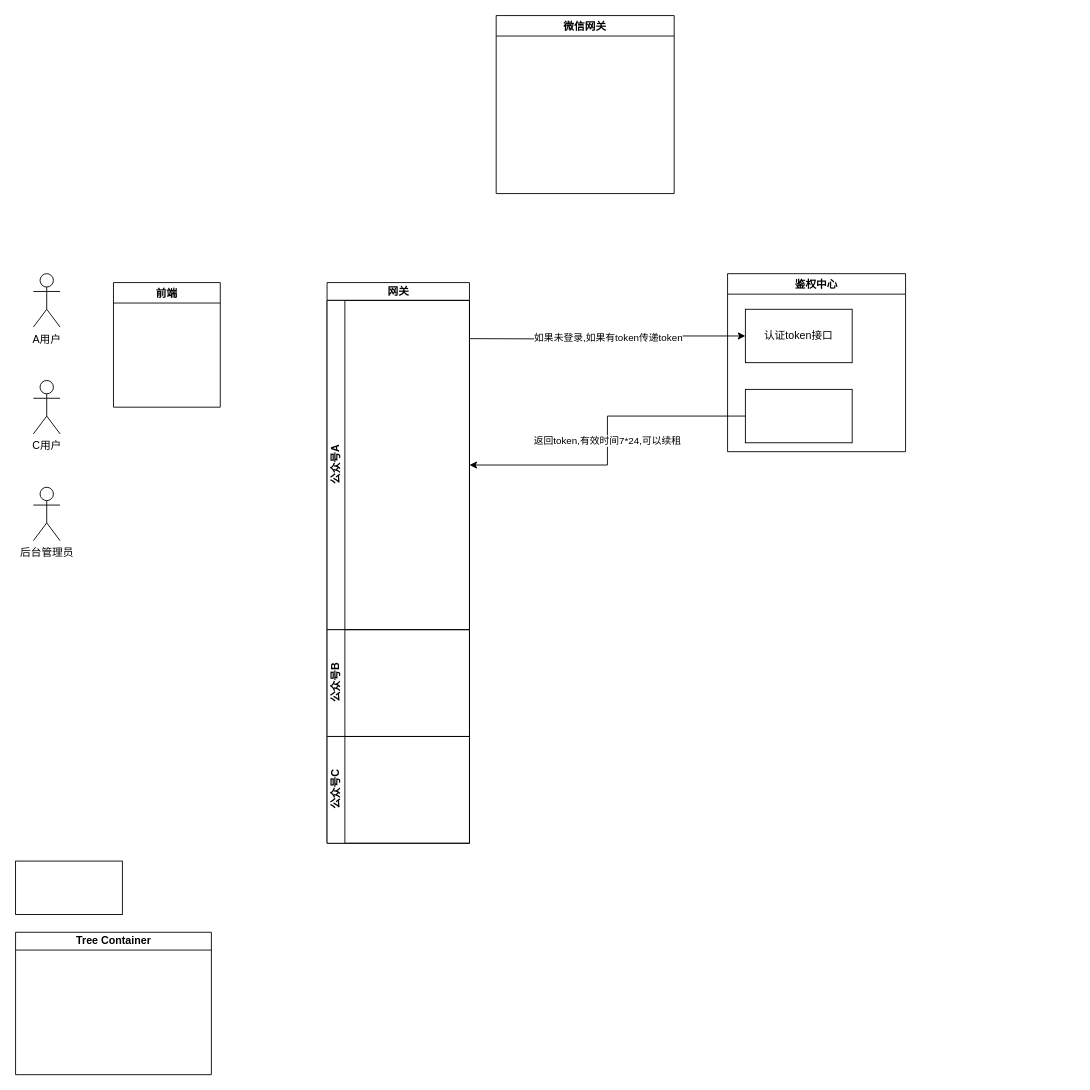
This is StudyDemo/src/单点登录流程图.drawio from keyeze/StudyPlace, a draw.io file, before an edit. Source tidied: cells renumbered, new cells numbered last; positions are measured from the earlier drawing's top-left corner, leaving out a move shared by most shapes. Both pictures are drawn from the tidied source at 89%, with x=0, y=0 at pixel (15, 15).
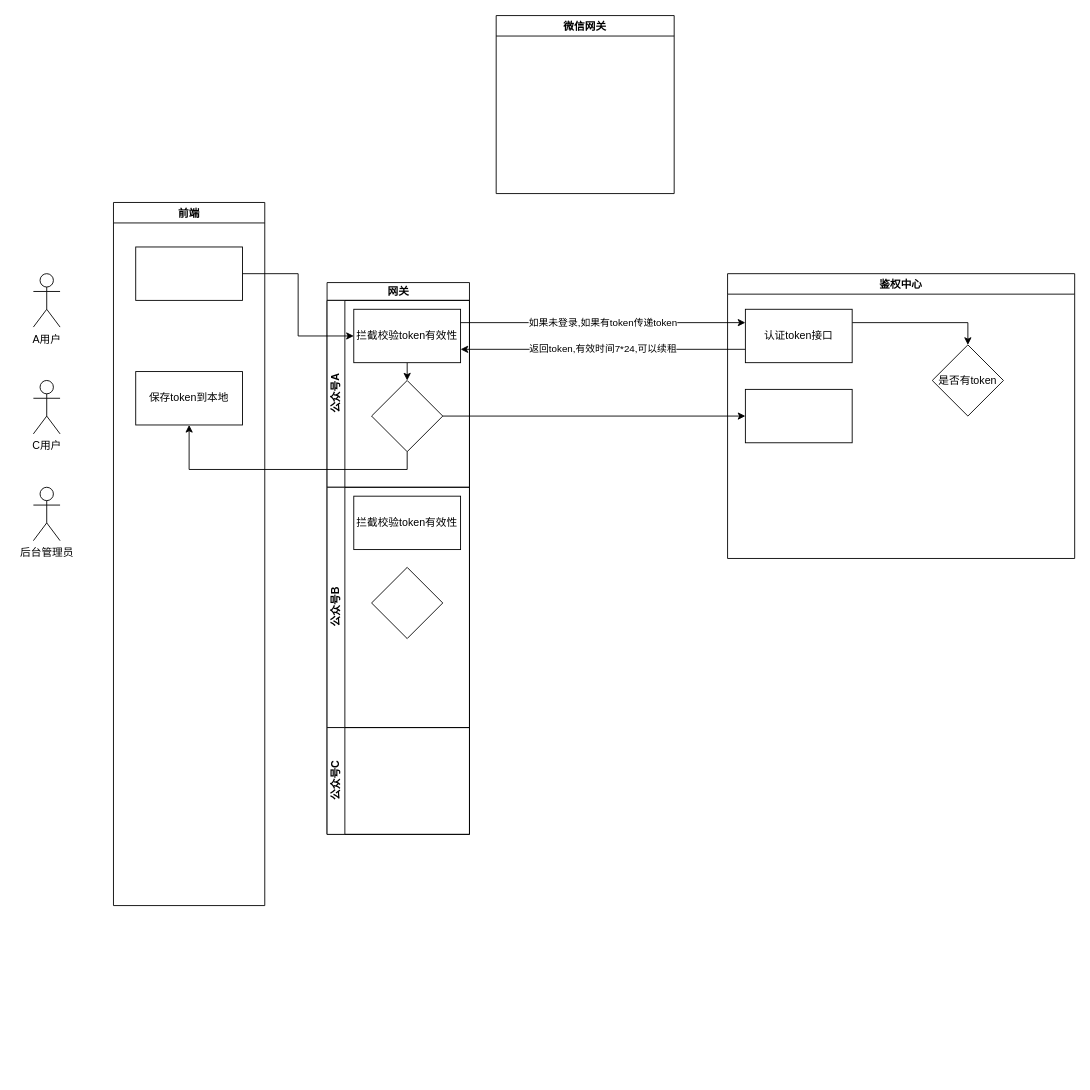
The same diagram, later.

Commit message:
更新单点登录流程图.drawio

Unchanged cells that the change refers to:
```xml
<mxCell id="12" value="认证token接口" style="rounded=0;whiteSpace=wrap;html=1;" parent="11" vertex="1">
  <mxGeometry x="20" y="40" width="120" height="60" as="geometry" />
</mxCell>
<mxCell id="13" style="rounded=0;whiteSpace=wrap;html=1;" parent="11" vertex="1">
  <mxGeometry x="20" y="130" width="120" height="60" as="geometry" />
</mxCell>
```

What changed in the source:
```diff
@@
     <mxCell id="5" value="网关" style="swimlane;html=1;horizontal=1;startSize=20;" parent="1" vertex="1">
-      <mxGeometry x="350" y="300" width="160" height="630" as="geometry" />
+      <mxGeometry x="350" y="300" width="160" height="620" as="geometry" />
     </mxCell>
     <mxCell id="6" value="公众号A" style="swimlane;html=1;startSize=20;horizontal=0;" parent="5" vertex="1">
-      <mxGeometry y="20" width="160" height="370" as="geometry" />
+      <mxGeometry y="20" width="160" height="210" as="geometry" />
     </mxCell>
+    <mxCell id="18" style="edgeStyle=orthogonalEdgeStyle;rounded=0;jettySize=auto;html=1;exitX=0.5;exitY=1;exitDx=0;exitDy=0;entryX=0.5;entryY=0;entryDx=0;entryDy=0;" parent="6" edge="1" source="19" target="20">
+      <mxGeometry relative="1" as="geometry" />
+    </mxCell>
+    <mxCell id="19" value="拦截校验token有效性" style="rounded=0;whiteSpace=wrap;html=1;" parent="6" vertex="1">
+      <mxGeometry x="30" y="10" width="120" height="60" as="geometry" />
+    </mxCell>
+    <mxCell id="20" style="rhombus;whiteSpace=wrap;html=1;" parent="6" vertex="1">
+      <mxGeometry x="50" y="90" width="80" height="80" as="geometry" />
+    </mxCell>
     <mxCell id="7" value="公众号B" style="swimlane;html=1;startSize=20;horizontal=0;" parent="5" vertex="1">
-      <mxGeometry y="390" width="160" height="120" as="geometry" />
+      <mxGeometry y="230" width="160" height="270" as="geometry" />
     </mxCell>
+    <mxCell id="21" value="拦截校验token有效性" style="rounded=0;whiteSpace=wrap;html=1;" parent="7" vertex="1">
+      <mxGeometry x="30" y="10" width="120" height="60" as="geometry" />
+    </mxCell>
+    <mxCell id="22" style="rhombus;whiteSpace=wrap;html=1;" parent="7" vertex="1">
+      <mxGeometry x="50" y="90" width="80" height="80" as="geometry" />
+    </mxCell>
     <mxCell id="8" value="公众号C" style="swimlane;html=1;startSize=20;horizontal=0;" parent="5" vertex="1">
-      <mxGeometry y="510" width="160" height="120" as="geometry" />
+      <mxGeometry y="500" width="160" height="120" as="geometry" />
     </mxCell>
-    <mxCell id="9" value="返回token,有效时间7*24,可以续租" style="edgeStyle=orthogonalEdgeStyle;rounded=0;jettySize=auto;html=1;entryX=1;entryY=0.5;entryDx=0;entryDy=0;exitX=0;exitY=0.5;exitDx=0;exitDy=0;" parent="1" edge="1" source="13" target="6">
+    <mxCell id="9" value="返回token,有效时间7*24,可以续租" style="edgeStyle=orthogonalEdgeStyle;rounded=0;jettySize=auto;html=1;entryX=1;entryY=0.75;entryDx=0;entryDy=0;exitX=0;exitY=0.75;exitDx=0;exitDy=0;" parent="1" edge="1" source="12" target="19">
       <mxGeometry relative="1" as="geometry" />
     </mxCell>
-    <mxCell id="10" value="如果未登录,如果有token传递token" style="edgeStyle=orthogonalEdgeStyle;rounded=0;jettySize=auto;html=1;entryX=0;entryY=0.5;entryDx=0;entryDy=0;" parent="1" edge="1" target="12">
-      <mxGeometry relative="1" as="geometry">
-        <mxPoint x="510" y="363" as="sourcePoint" />
-      </mxGeometry>
+    <mxCell id="10" value="如果未登录,如果有token传递token" style="edgeStyle=orthogonalEdgeStyle;rounded=0;jettySize=auto;html=1;entryX=0;entryY=0.25;entryDx=0;entryDy=0;exitX=1;exitY=0.25;exitDx=0;exitDy=0;" parent="1" edge="1" source="19" target="12">
+      <mxGeometry relative="1" as="geometry" />
     </mxCell>
     <mxCell id="11" value="鉴权中心" style="swimlane;" parent="1" vertex="1">
-      <mxGeometry x="800" y="290" width="200" height="200" as="geometry" />
+      <mxGeometry x="800" y="290" width="390" height="320" as="geometry" />
     </mxCell>
+    <mxCell id="23" style="edgeStyle=orthogonalEdgeStyle;rounded=0;jettySize=auto;html=1;exitX=1;exitY=0.25;exitDx=0;exitDy=0;entryX=0.5;entryY=0;entryDx=0;entryDy=0;" parent="11" edge="1" source="12" target="24">
+      <mxGeometry relative="1" as="geometry" />
+    </mxCell>
@@
+    <mxCell id="24" value="是否有token" style="rhombus;whiteSpace=wrap;html=1;" parent="11" vertex="1">
+      <mxGeometry x="230" y="80" width="80" height="80" as="geometry" />
+    </mxCell>
@@
-    <mxCell id="15" style="rounded=0;whiteSpace=wrap;html=1;" parent="1" vertex="1">
-      <mxGeometry y="950" width="120" height="60" as="geometry" />
-    </mxCell>
-    <mxCell id="16" value="Tree Container" style="swimlane;html=1;startSize=20;horizontal=1;containerType=tree;" parent="1" vertex="1">
-      <mxGeometry y="1030" width="220" height="160" as="geometry" />
-    </mxCell>
     <mxCell id="17" value="前端" style="swimlane;" parent="1" vertex="1">
-      <mxGeometry x="110" y="300" width="120" height="140" as="geometry" />
+      <mxGeometry x="110" y="210" width="170" height="790" as="geometry" />
     </mxCell>
+    <mxCell id="25" value="保存token到本地" style="rounded=0;whiteSpace=wrap;html=1;" parent="17" vertex="1">
+      <mxGeometry x="25" y="190" width="120" height="60" as="geometry" />
+    </mxCell>
+    <mxCell id="26" style="rounded=0;whiteSpace=wrap;html=1;" parent="17" vertex="1">
+      <mxGeometry x="25" y="50" width="120" height="60" as="geometry" />
+    </mxCell>
+    <mxCell id="27" style="edgeStyle=orthogonalEdgeStyle;rounded=0;jettySize=auto;html=1;exitX=1;exitY=0.5;exitDx=0;exitDy=0;entryX=0;entryY=0.5;entryDx=0;entryDy=0;" parent="1" edge="1" source="20" target="13">
+      <mxGeometry relative="1" as="geometry" />
+    </mxCell>
+    <mxCell id="28" style="edgeStyle=orthogonalEdgeStyle;rounded=0;jettySize=auto;html=1;exitX=0.5;exitY=1;exitDx=0;exitDy=0;entryX=0.5;entryY=1;entryDx=0;entryDy=0;" parent="1" edge="1" source="20" target="25">
+      <mxGeometry relative="1" as="geometry" />
+    </mxCell>
+    <mxCell id="29" style="edgeStyle=orthogonalEdgeStyle;rounded=0;jettySize=auto;html=1;exitX=1;exitY=0.5;exitDx=0;exitDy=0;entryX=0;entryY=0.5;entryDx=0;entryDy=0;" parent="1" edge="1" source="26" target="19">
+      <mxGeometry relative="1" as="geometry" />
+    </mxCell>
```
